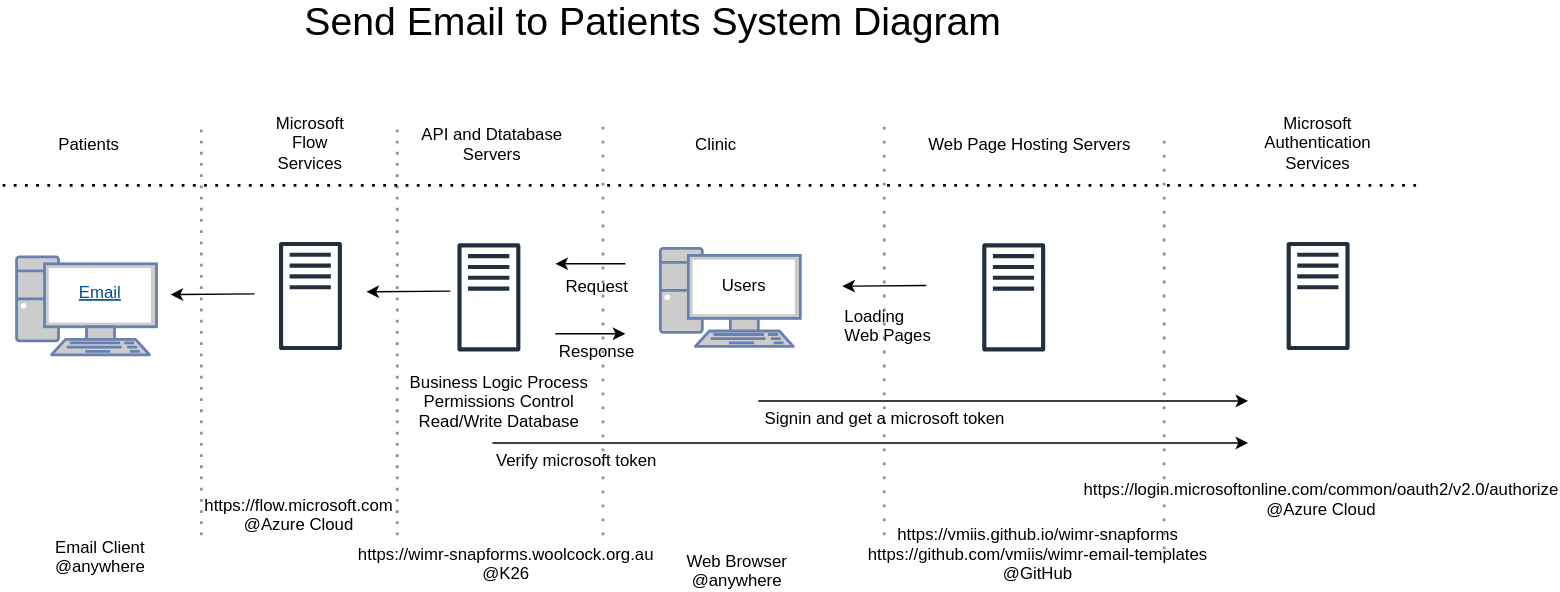
The draw.io diagram modules/business/diagram/page.svg in jsparkes-wimr/wimr-snapforms, before a commit. Source tidied: cells renumbered, new cells last; positions are measured from the earlier drawing's top-left corner, leaving out a move shared by most shapes.
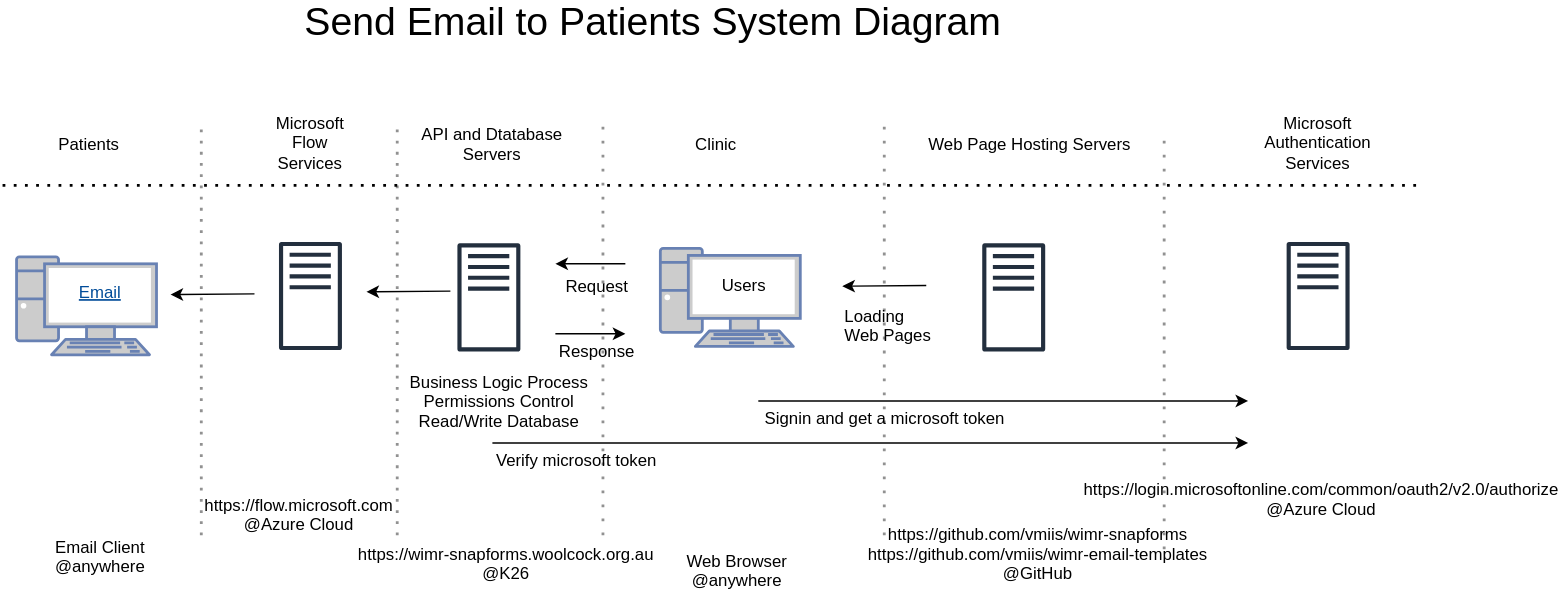
After the change.

Change to the diagram source:
```diff
@@ -101,7 +101,7 @@
     <mxCell id="25" value="Web Page Hosting Servers" style="text;strokeColor=none;fillColor=none;align=left;verticalAlign=middle;rounded=0;" parent="1" vertex="1">
       <mxGeometry x="660" y="85" width="40" height="30" as="geometry" />
     </mxCell>
-    <mxCell id="26" value="https://vmiis.github.io/wimr-snapforms&#10;https://github.com/vmiis/wimr-email-templates&#10;@GitHub&#10;" style="text;strokeColor=none;fillColor=none;align=center;verticalAlign=middle;rounded=0;" parent="1" vertex="1">
+    <mxCell id="26" value="https://github.com/vmiis/wimr-snapforms&#10;https://github.com/vmiis/wimr-email-templates&#10;@GitHub&#10;" style="text;strokeColor=none;fillColor=none;align=center;verticalAlign=middle;rounded=0;" parent="1" vertex="1">
       <mxGeometry x="720" y="390" width="40" height="20" as="geometry" />
     </mxCell>
     <mxCell id="27" style="fontColor=#232F3E;gradientColor=none;fillColor=#232F3E;strokeColor=none;dashed=0;verticalLabelPosition=bottom;verticalAlign=top;align=center;html=1;fontSize=12;fontStyle=0;shape=mxgraph.aws4.traditional_server;" parent="1" vertex="1">
```
